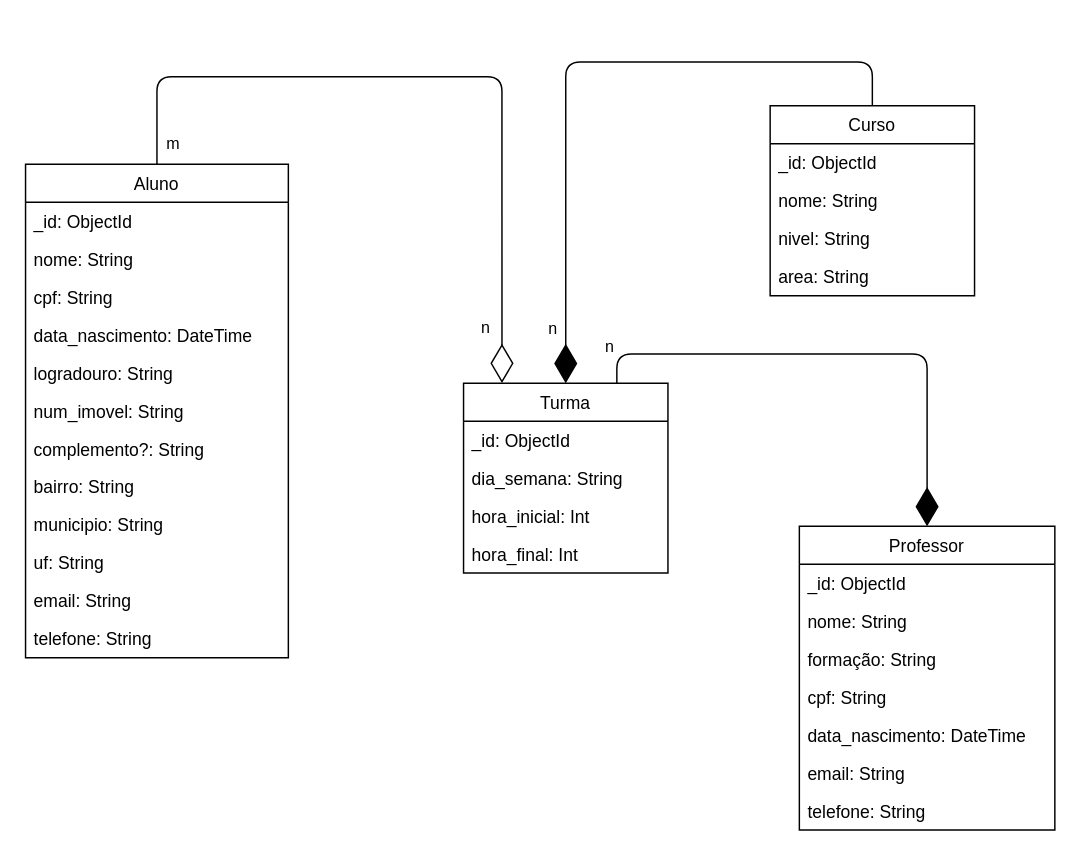
Earlier version of the draw.io diagram docs/modelagem-bd.drawio (GuiPlayer321/bn-not-2023-2). Source tidied: cells renumbered, new cells numbered last; positions are measured from the earlier drawing's top-left corner, leaving out a move shared by most shapes. Both pictures are drawn from the tidied source at 146%, with x=0, y=0 at pixel (25, 61).
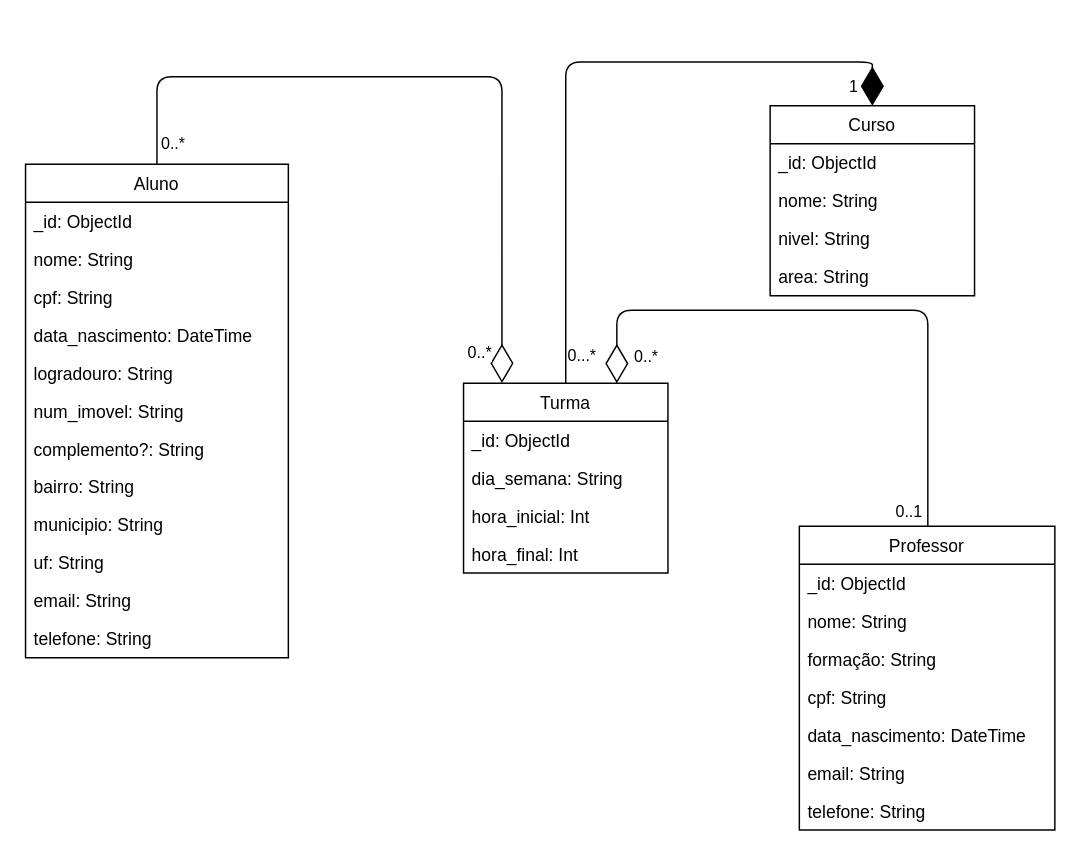
Above is the later version.

Commit message:
terminado a modelagem

Unchanged cells that the change refers to:
```xml
<mxCell id="15" value="Curso" style="swimlane;fontStyle=0;horizontal=1;startSize=26;fillColor=none;" parent="1" vertex="1">
  <mxGeometry x="510" y="30" width="140" height="130" as="geometry" />
</mxCell>
<mxCell id="20" value="Professor" style="swimlane;fontStyle=0;horizontal=1;startSize=26;fillColor=none;" parent="1" vertex="1">
  <mxGeometry x="530" y="318" width="175" height="208" as="geometry" />
</mxCell>
<mxCell id="28" value="Turma" style="swimlane;fontStyle=0;horizontal=1;startSize=26;fillColor=none;" parent="1" vertex="1">
  <mxGeometry x="300" y="220" width="140" height="130" as="geometry" />
</mxCell>
<mxCell id="37" style="endArrow=diamondThin;endFill=0;endSize=24;html=1;entryX=0.188;entryY=-0.001;entryDx=0;entryDy=0;exitX=0.5;exitY=0;exitDx=0;exitDy=0;edgeStyle=orthogonalEdgeStyle;entryPerimeter=0;" parent="1" edge="1" source="2" target="28">
  <mxGeometry relative="1" as="geometry">
    <Array as="points">
      <mxPoint x="90" y="10" />
      <mxPoint x="326" y="10" />
    </Array>
  </mxGeometry>
</mxCell>
```

Diff of the diagram source:
```diff
@@
-    <mxCell id="33" style="endArrow=diamondThin;endFill=1;endSize=24;html=1;exitX=0.75;exitY=0;exitDx=0;exitDy=0;entryX=0.5;entryY=0;entryDx=0;entryDy=0;edgeStyle=orthogonalEdgeStyle;" parent="1" edge="1" source="28" target="20">
-      <mxGeometry relative="1" as="geometry">
-        <Array as="points">
-          <mxPoint x="405" y="200" />
-          <mxPoint x="617" y="200" />
-        </Array>
-      </mxGeometry>
-    </mxCell>
-    <mxCell id="34" value="n" style="edgeLabel;html=1;align=center;verticalAlign=middle;" parent="33" vertex="1">
-      <mxGeometry x="-0.05" y="1" relative="1" as="geometry">
-        <mxPoint x="-152" y="-5" as="offset" />
-      </mxGeometry>
-    </mxCell>
-    <mxCell id="35" style="endArrow=diamondThin;endFill=1;endSize=24;html=1;entryX=0.5;entryY=0;entryDx=0;entryDy=0;exitX=0.5;exitY=0;exitDx=0;exitDy=0;edgeStyle=orthogonalEdgeStyle;" parent="1" edge="1" source="15" target="28">
+    <mxCell id="35" style="endArrow=diamondThin;endFill=1;endSize=24;html=1;entryX=0.5;entryY=0;entryDx=0;entryDy=0;exitX=0.5;exitY=0;exitDx=0;exitDy=0;edgeStyle=orthogonalEdgeStyle;" parent="1" edge="1" source="28" target="15">
       <mxGeometry relative="1" as="geometry">
         <Array as="points">
+          <mxPoint x="370" />
           <mxPoint x="580" />
-          <mxPoint x="370" />
         </Array>
       </mxGeometry>
     </mxCell>
-    <mxCell id="36" value="n" style="edgeLabel;html=1;align=center;verticalAlign=middle;" parent="35" vertex="1">
+    <mxCell id="36" value="1" style="edgeLabel;html=1;align=center;verticalAlign=middle;" parent="35" vertex="1">
       <mxGeometry x="0.82" relative="1" as="geometry">
-        <mxPoint x="-10" y="3" as="offset" />
+        <mxPoint x="-3" y="16" as="offset" />
       </mxGeometry>
     </mxCell>
+    <mxCell id="40" value="0...*" style="edgeLabel;html=1;align=center;verticalAlign=middle;" parent="35" vertex="1">
+      <mxGeometry x="-0.87" y="-3" relative="1" as="geometry">
+        <mxPoint x="7" y="10" as="offset" />
+      </mxGeometry>
+    </mxCell>
@@
-    <mxCell id="38" value="m" style="edgeLabel;html=1;align=center;verticalAlign=middle;" parent="37" vertex="1">
+    <mxCell id="38" value="0..*" style="edgeLabel;html=1;align=center;verticalAlign=middle;" parent="37" vertex="1">
       <mxGeometry x="-0.92" relative="1" as="geometry">
         <mxPoint x="10" y="5" as="offset" />
       </mxGeometry>
     </mxCell>
-    <mxCell id="39" value="n" style="edgeLabel;html=1;align=center;verticalAlign=middle;" parent="37" vertex="1">
+    <mxCell id="39" value="0..*" style="edgeLabel;html=1;align=center;verticalAlign=middle;" parent="37" vertex="1">
       <mxGeometry x="0.83" relative="1" as="geometry">
-        <mxPoint x="-12" y="5" as="offset" />
+        <mxPoint x="-16" y="22" as="offset" />
       </mxGeometry>
     </mxCell>
+    <mxCell id="41" style="endArrow=diamondThin;endFill=0;endSize=24;html=1;entryX=0.75;entryY=0;entryDx=0;entryDy=0;edgeStyle=orthogonalEdgeStyle;" parent="1" edge="1" target="28">
+      <mxGeometry relative="1" as="geometry">
+        <mxPoint x="618" y="318" as="sourcePoint" />
+        <Array as="points">
+          <mxPoint x="618" y="170" />
+          <mxPoint x="405" y="170" />
+        </Array>
+      </mxGeometry>
+    </mxCell>
+    <mxCell id="42" value="0..*" style="edgeLabel;html=1;align=center;verticalAlign=middle;" parent="41" vertex="1">
+      <mxGeometry x="0.8" relative="1" as="geometry">
+        <mxPoint x="19" y="22" as="offset" />
+      </mxGeometry>
+    </mxCell>
+    <mxCell id="43" value="0..1" style="edgeLabel;html=1;align=center;verticalAlign=middle;" parent="41" vertex="1">
+      <mxGeometry x="-0.94" relative="1" as="geometry">
+        <mxPoint x="-14" y="1" as="offset" />
+      </mxGeometry>
+    </mxCell>
```
